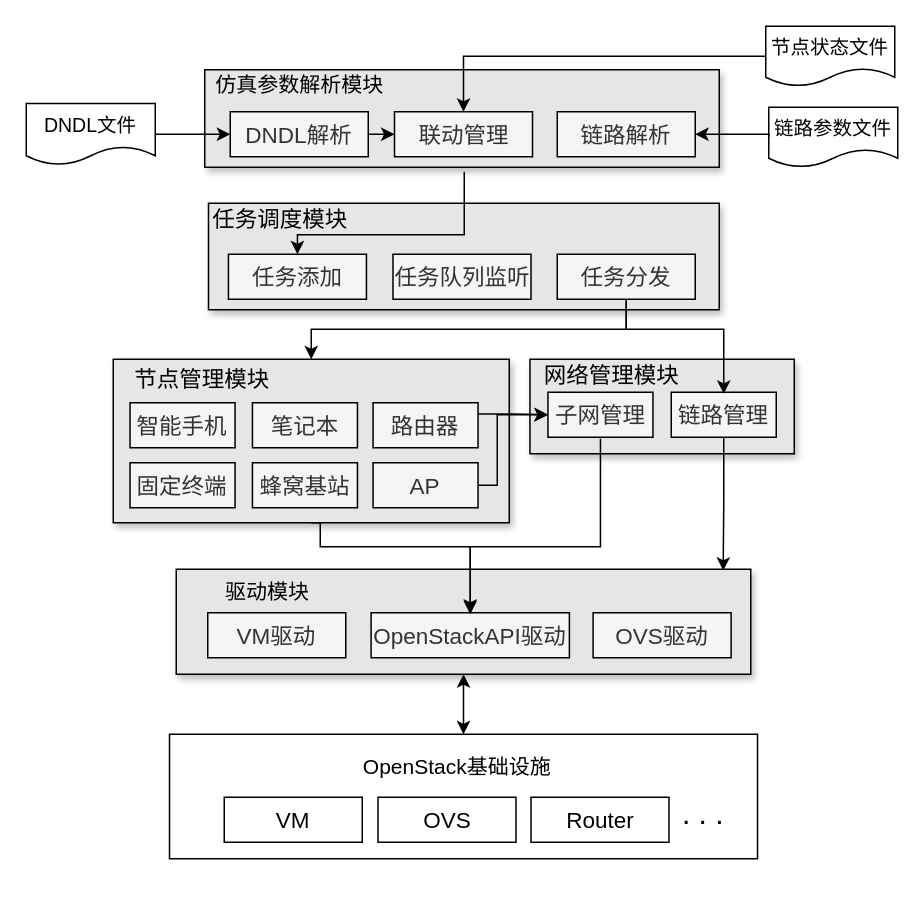
Above: page "renew2_原型系统架构" (1 of 5) of 网络仿真系统.drawio in Icarus1994/neutron_conf (draw.io), before the change. Source tidied: cells renumbered, new cells numbered last; positions are measured from the earlier drawing's top-left corner, leaving out a move shared by most shapes. Both pictures are drawn from the tidied source at 150%, with x=0, y=0 at pixel (26, 26).
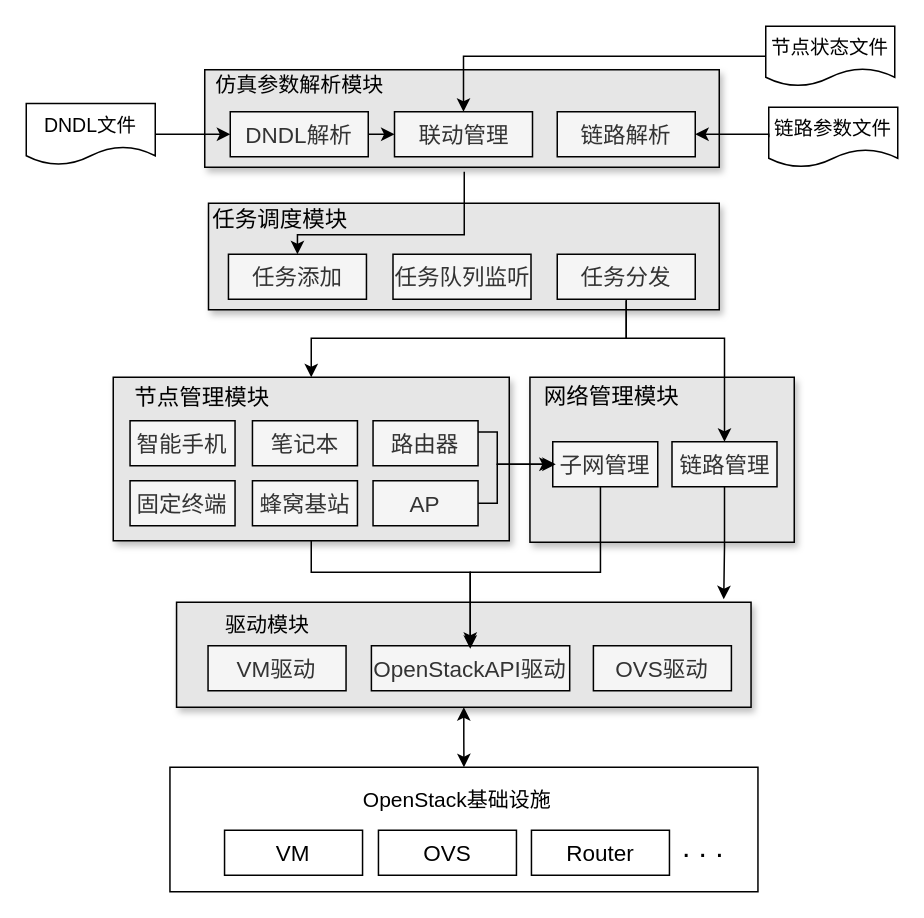
The same diagram, later.

Commit message:
Update 网络仿真系统.drawio

Change to the diagram source:
```diff
@@
     <mxCell id="2" style="rounded=0;whiteSpace=wrap;html=1;" parent="1" vertex="1">
-      <mxGeometry x="95.5" y="472" width="392" height="83" as="geometry" />
+      <mxGeometry x="95.8" y="494" width="392" height="83" as="geometry" />
     </mxCell>
     <mxCell id="3" style="rounded=0;whiteSpace=wrap;html=1;fillColor=#E6E6E6;shadow=1;" parent="1" vertex="1">
-      <mxGeometry x="335.8" y="222" width="176.2" height="63" as="geometry" />
+      <mxGeometry x="335.8" y="234" width="176.2" height="110" as="geometry" />
     </mxCell>
@@
     <mxCell id="7" style="rounded=0;whiteSpace=wrap;html=1;fillColor=#E6E6E6;shadow=1;" parent="1" vertex="1">
-      <mxGeometry x="100" y="362" width="383" height="70" as="geometry" />
+      <mxGeometry x="100.2" y="384" width="383" height="70" as="geometry" />
     </mxCell>
     <mxCell id="8" value="&lt;span style=&quot;font-size: 15px&quot;&gt;VM驱动&lt;/span&gt;" style="rounded=0;whiteSpace=wrap;html=1;fillColor=#f5f5f5;strokeColor=#000000;fontColor=#333333;" parent="1" vertex="1">
-      <mxGeometry x="121" y="391" width="92" height="30" as="geometry" />
+      <mxGeometry x="121.2" y="413" width="92" height="30" as="geometry" />
     </mxCell>
     <mxCell id="9" value="&lt;span style=&quot;font-size: 15px&quot;&gt;OpenStackAPI驱动&lt;/span&gt;" style="rounded=0;whiteSpace=wrap;html=1;fillColor=#f5f5f5;strokeColor=#000000;fontColor=#333333;" parent="1" vertex="1">
-      <mxGeometry x="229.9" y="391" width="132.2" height="30" as="geometry" />
+      <mxGeometry x="230.1" y="413" width="132.2" height="30" as="geometry" />
     </mxCell>
     <mxCell id="10" value="&lt;span style=&quot;font-size: 15px&quot;&gt;OVS驱动&lt;br&gt;&lt;/span&gt;" style="rounded=0;whiteSpace=wrap;html=1;fillColor=#f5f5f5;strokeColor=#000000;fontColor=#333333;" parent="1" vertex="1">
-      <mxGeometry x="377.9" y="391" width="92" height="30" as="geometry" />
+      <mxGeometry x="378.1" y="413" width="92" height="30" as="geometry" />
     </mxCell>
     <mxCell id="11" value="&lt;font style=&quot;font-size: 14px&quot;&gt;驱动模块&lt;/font&gt;" style="text;html=1;strokeColor=none;fillColor=none;align=center;verticalAlign=middle;whiteSpace=wrap;rounded=0;" parent="1" vertex="1">
-      <mxGeometry x="116" y="367" width="90" height="20" as="geometry" />
+      <mxGeometry x="116.2" y="389" width="90" height="20" as="geometry" />
     </mxCell>
     <mxCell id="12" value="OpenStack基础设施" style="text;html=1;align=center;verticalAlign=middle;fontSize=14;" parent="1" vertex="1">
-      <mxGeometry x="216.5" y="484" width="140" height="20" as="geometry" />
+      <mxGeometry x="216.8" y="506" width="140" height="20" as="geometry" />
     </mxCell>
     <mxCell id="13" value="&lt;span style=&quot;font-size: 15px&quot;&gt;VM&lt;/span&gt;" style="rounded=0;whiteSpace=wrap;html=1;" parent="1" vertex="1">
-      <mxGeometry x="132" y="514" width="92" height="30" as="geometry" />
+      <mxGeometry x="132.2" y="536" width="92" height="30" as="geometry" />
     </mxCell>
     <mxCell id="14" value="&lt;span style=&quot;font-size: 15px&quot;&gt;OVS&lt;/span&gt;" style="rounded=0;whiteSpace=wrap;html=1;" parent="1" vertex="1">
-      <mxGeometry x="234.5" y="514" width="92" height="30" as="geometry" />
+      <mxGeometry x="234.8" y="536" width="92" height="30" as="geometry" />
     </mxCell>
     <mxCell id="15" value="&lt;span style=&quot;font-size: 15px&quot;&gt;Router&lt;/span&gt;" style="rounded=0;whiteSpace=wrap;html=1;" parent="1" vertex="1">
-      <mxGeometry x="336.5" y="514" width="92" height="30" as="geometry" />
+      <mxGeometry x="336.8" y="536" width="92" height="30" as="geometry" />
     </mxCell>
     <mxCell id="16" value="&lt;font style=&quot;font-size: 20px&quot;&gt;. . .&lt;/font&gt;" style="text;html=1;align=center;verticalAlign=middle;fontSize=14;" parent="1" vertex="1">
-      <mxGeometry x="430.5" y="514" width="40" height="20" as="geometry" />
+      <mxGeometry x="430.8" y="536" width="40" height="20" as="geometry" />
     </mxCell>
@@
-    <mxCell id="23" style="edgeStyle=orthogonalEdgeStyle;rounded=0;jettySize=auto;html=1;exitX=0.5;exitY=1;exitDx=0;exitDy=0;entryX=0.5;entryY=0;entryDx=0;entryDy=0;strokeColor=#000000;" parent="1" edge="1" source="24" target="9">
+    <mxCell id="23" style="edgeStyle=orthogonalEdgeStyle;rounded=0;jettySize=auto;html=1;exitX=0.5;exitY=1;exitDx=0;exitDy=0;strokeColor=#000000;" parent="1" edge="1" source="24">
       <mxGeometry relative="1" as="geometry">
+        <mxPoint x="296" y="413" as="targetPoint" />
         <Array as="points">
-          <mxPoint x="196" y="347" />
-          <mxPoint x="296" y="347" />
+          <mxPoint x="190" y="364" />
+          <mxPoint x="296" y="364" />
         </Array>
       </mxGeometry>
     </mxCell>
     <mxCell id="24" style="rounded=0;whiteSpace=wrap;html=1;fillColor=#E6E6E6;shadow=1;" parent="1" vertex="1">
-      <mxGeometry x="58" y="222" width="264" height="109" as="geometry" />
+      <mxGeometry x="58" y="234" width="264" height="109" as="geometry" />
     </mxCell>
-    <mxCell id="25" style="edgeStyle=orthogonalEdgeStyle;rounded=0;orthogonalLoop=1;jettySize=auto;html=1;exitX=0.5;exitY=1;exitDx=0;exitDy=0;entryX=0.5;entryY=0;entryDx=0;entryDy=0;strokeColor=#000000;" parent="1" edge="1">
+    <mxCell id="25" style="edgeStyle=orthogonalEdgeStyle;rounded=0;orthogonalLoop=1;jettySize=auto;html=1;exitX=0.5;exitY=1;exitDx=0;exitDy=0;strokeColor=#000000;" parent="1" edge="1">
       <mxGeometry relative="1" as="geometry">
-        <mxPoint x="382.8" y="275" as="sourcePoint" />
-        <mxPoint x="296" y="392" as="targetPoint" />
+        <mxPoint x="382.8" y="292" as="sourcePoint" />
+        <mxPoint x="296" y="415" as="targetPoint" />
         <Array as="points">
-          <mxPoint x="383" y="347" />
-          <mxPoint x="296" y="347" />
+          <mxPoint x="383" y="364" />
+          <mxPoint x="296" y="364" />
         </Array>
       </mxGeometry>
     </mxCell>
     <mxCell id="26" value="&lt;span style=&quot;font-size: 15px&quot;&gt;子网管理&lt;/span&gt;" style="rounded=0;whiteSpace=wrap;html=1;fillColor=#f5f5f5;strokeColor=#000000;fontColor=#333333;" parent="1" vertex="1">
-      <mxGeometry x="347.8" y="244" width="70" height="30" as="geometry" />
+      <mxGeometry x="351" y="277" width="70" height="30" as="geometry" />
     </mxCell>
-    <mxCell id="27" style="edgeStyle=orthogonalEdgeStyle;rounded=0;jettySize=auto;html=1;exitX=1;exitY=0.25;exitDx=0;exitDy=0;entryX=0;entryY=0.5;entryDx=0;entryDy=0;strokeColor=#000000;" parent="1" edge="1" source="28" target="26">
-      <mxGeometry relative="1" as="geometry" />
+    <mxCell id="27" style="edgeStyle=orthogonalEdgeStyle;rounded=0;orthogonalLoop=1;jettySize=auto;html=1;exitX=1;exitY=0.25;exitDx=0;exitDy=0;strokeColor=#000000;" parent="1" edge="1">
+      <mxGeometry relative="1" as="geometry">
+        <mxPoint x="298.2" y="270.5" as="sourcePoint" />
+        <mxPoint x="353" y="292" as="targetPoint" />
+        <Array as="points">
+          <mxPoint x="314" y="271" />
+          <mxPoint x="314" y="292" />
+        </Array>
+      </mxGeometry>
     </mxCell>
     <mxCell id="28" value="&lt;span style=&quot;font-size: 15px&quot;&gt;路由器&lt;/span&gt;" style="rounded=0;whiteSpace=wrap;html=1;fillColor=#f5f5f5;strokeColor=#000000;fontColor=#333333;" parent="1" vertex="1">
-      <mxGeometry x="231.2" y="251" width="70" height="30" as="geometry" />
+      <mxGeometry x="231.2" y="263" width="70" height="30" as="geometry" />
     </mxCell>
     <mxCell id="29" style="edgeStyle=orthogonalEdgeStyle;rounded=0;jettySize=auto;html=1;exitX=1;exitY=0.5;exitDx=0;exitDy=0;entryX=0;entryY=0.5;entryDx=0;entryDy=0;strokeColor=#000000;" parent="1" edge="1" source="30" target="26">
       <mxGeometry relative="1" as="geometry">
         <Array as="points">
-          <mxPoint x="314" y="306" />
-          <mxPoint x="314" y="259" />
+          <mxPoint x="314" y="318" />
+          <mxPoint x="314" y="292" />
         </Array>
       </mxGeometry>
     </mxCell>
     <mxCell id="30" value="&lt;span style=&quot;font-size: 15px&quot;&gt;AP&lt;/span&gt;" style="rounded=0;whiteSpace=wrap;html=1;fillColor=#f5f5f5;strokeColor=#000000;fontColor=#333333;" parent="1" vertex="1">
-      <mxGeometry x="231.2" y="291" width="70" height="30" as="geometry" />
+      <mxGeometry x="231.2" y="303" width="70" height="30" as="geometry" />
     </mxCell>
     <mxCell id="31" value="&lt;span style=&quot;font-size: 15px&quot;&gt;蜂窝基站&lt;/span&gt;" style="rounded=0;whiteSpace=wrap;html=1;fillColor=#f5f5f5;strokeColor=#000000;fontColor=#333333;" parent="1" vertex="1">
-      <mxGeometry x="150.8" y="291" width="70" height="30" as="geometry" />
+      <mxGeometry x="150.8" y="303" width="70" height="30" as="geometry" />
     </mxCell>
     <mxCell id="32" value="&lt;font style=&quot;font-size: 15px&quot;&gt;节点管理模块&lt;/font&gt;" style="text;html=1;align=center;verticalAlign=middle;" parent="1" vertex="1">
-      <mxGeometry x="67" y="225" width="100" height="19" as="geometry" />
+      <mxGeometry x="67" y="237" width="100" height="19" as="geometry" />
     </mxCell>
     <mxCell id="33" value="&lt;font style=&quot;font-size: 15px&quot;&gt;网络管理模块&lt;/font&gt;" style="text;html=1;align=center;verticalAlign=middle;" parent="1" vertex="1">
-      <mxGeometry x="339.8" y="222" width="100" height="19" as="geometry" />
+      <mxGeometry x="339.8" y="236" width="100" height="19" as="geometry" />
     </mxCell>
@@
-    <mxCell id="36" style="edgeStyle=orthogonalEdgeStyle;rounded=0;jettySize=auto;html=1;exitX=0.5;exitY=1;exitDx=0;exitDy=0;entryX=0.952;entryY=0.014;entryDx=0;entryDy=0;entryPerimeter=0;strokeColor=#000000;" parent="1" edge="1" source="37" target="7">
-      <mxGeometry relative="1" as="geometry" />
+    <mxCell id="36" style="edgeStyle=orthogonalEdgeStyle;rounded=0;jettySize=auto;html=1;exitX=0.5;exitY=1;exitDx=0;exitDy=0;strokeColor=#000000;" parent="1" edge="1" source="37">
+      <mxGeometry relative="1" as="geometry">
+        <mxPoint x="465" y="382" as="targetPoint" />
+        <Array as="points">
+          <mxPoint x="466" y="347" />
+        </Array>
+      </mxGeometry>
     </mxCell>
     <mxCell id="37" value="&lt;span style=&quot;font-size: 15px&quot;&gt;链路管理&lt;/span&gt;" style="rounded=0;whiteSpace=wrap;html=1;fillColor=#f5f5f5;strokeColor=#000000;fontColor=#333333;" parent="1" vertex="1">
-      <mxGeometry x="430" y="244" width="70" height="30" as="geometry" />
+      <mxGeometry x="430.5" y="277" width="70" height="30" as="geometry" />
     </mxCell>
     <mxCell id="38" value="&lt;span style=&quot;font-size: 15px&quot;&gt;智能手机&lt;/span&gt;" style="rounded=0;whiteSpace=wrap;html=1;fillColor=#f5f5f5;strokeColor=#000000;fontColor=#333333;" parent="1" vertex="1">
-      <mxGeometry x="69.2" y="251" width="70" height="30" as="geometry" />
+      <mxGeometry x="69.2" y="263" width="70" height="30" as="geometry" />
     </mxCell>
     <mxCell id="39" value="&lt;span style=&quot;font-size: 15px&quot;&gt;笔记本&lt;/span&gt;" style="rounded=0;whiteSpace=wrap;html=1;fillColor=#f5f5f5;strokeColor=#000000;fontColor=#333333;" parent="1" vertex="1">
-      <mxGeometry x="150.8" y="251" width="70" height="30" as="geometry" />
+      <mxGeometry x="150.8" y="263" width="70" height="30" as="geometry" />
     </mxCell>
     <mxCell id="40" value="&lt;span style=&quot;font-size: 15px&quot;&gt;固定终端&lt;/span&gt;" style="rounded=0;whiteSpace=wrap;html=1;fillColor=#f5f5f5;strokeColor=#000000;fontColor=#333333;" parent="1" vertex="1">
-      <mxGeometry x="69.2" y="291" width="70" height="30" as="geometry" />
+      <mxGeometry x="69.2" y="303" width="70" height="30" as="geometry" />
     </mxCell>
@@
-    <mxCell id="43" style="edgeStyle=orthogonalEdgeStyle;rounded=0;orthogonalLoop=1;jettySize=auto;html=1;exitX=0.5;exitY=1;exitDx=0;exitDy=0;entryX=0.5;entryY=0;entryDx=0;entryDy=0;strokeColor=#000000;" parent="1" edge="1">
+    <mxCell id="43" style="edgeStyle=orthogonalEdgeStyle;rounded=0;jettySize=auto;html=1;exitX=0.5;exitY=1;exitDx=0;exitDy=0;entryX=0.5;entryY=0;entryDx=0;entryDy=0;strokeColor=#000000;" parent="1" edge="1" target="37">
       <mxGeometry relative="1" as="geometry">
         <mxPoint x="400" y="183" as="sourcePoint" />
-        <mxPoint x="465" y="245" as="targetPoint" />
         <Array as="points">
-          <mxPoint x="400" y="202" />
-          <mxPoint x="465" y="202" />
+          <mxPoint x="400" y="208" />
+          <mxPoint x="466" y="208" />
         </Array>
       </mxGeometry>
     </mxCell>
```
